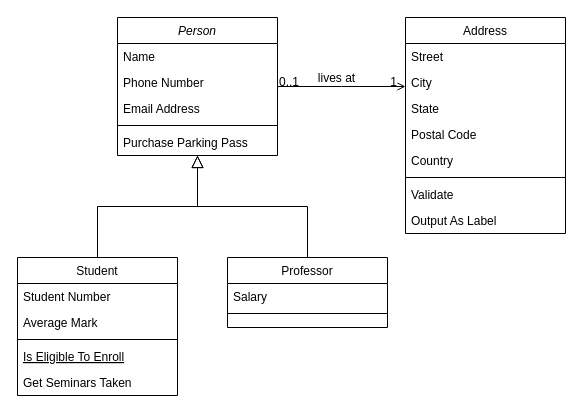
Before: Диаграмма без названия.drawio in ovenmen/diargams, a draw.io diagram. Source tidied: cells renumbered, new cells numbered last; positions are measured from the earlier drawing's top-left corner, leaving out a move shared by most shapes. Both pictures are drawn from the tidied source at 100%, with x=0, y=0 at pixel (17, 17).
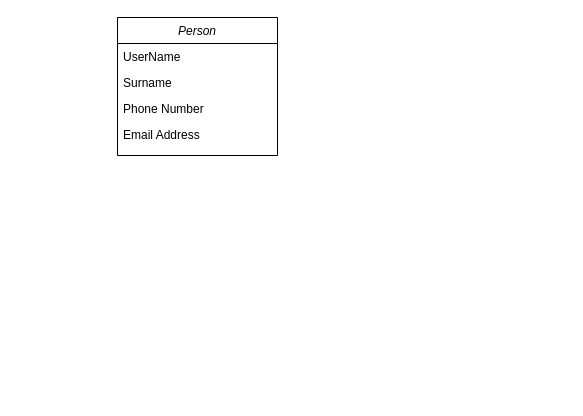
After the change.

Unchanged cells that the change refers to:
```xml
<mxCell id="2" value="Person" style="swimlane;fontStyle=2;align=center;verticalAlign=top;horizontal=1;startSize=26;rounded=0;shadow=0;strokeWidth=1;" parent="1" vertex="1">
  <mxGeometry x="100" width="160" height="138" as="geometry" />
</mxCell>
```

The edit, as a diff of the source:
```diff
@@
-    <mxCell id="3" value="Name" style="text;align=left;verticalAlign=top;spacingLeft=4;spacingRight=4;overflow=hidden;" parent="2" vertex="1">
+    <mxCell id="3" value="UserName" style="text;align=left;verticalAlign=top;spacingLeft=4;spacingRight=4;overflow=hidden;" parent="2" vertex="1">
       <mxGeometry y="26" width="160" height="26" as="geometry" />
     </mxCell>
+    <mxCell id="7" value="Surname" style="text;align=left;verticalAlign=top;spacingLeft=4;spacingRight=4;overflow=hidden;" parent="2" vertex="1">
+      <mxGeometry y="52" width="160" height="26" as="geometry" />
+    </mxCell>
     <mxCell id="4" value="Phone Number" style="text;align=left;verticalAlign=top;spacingLeft=4;spacingRight=4;overflow=hidden;rounded=0;shadow=0;html=0;" parent="2" vertex="1">
-      <mxGeometry y="52" width="160" height="26" as="geometry" />
+      <mxGeometry y="78" width="160" height="26" as="geometry" />
     </mxCell>
     <mxCell id="5" value="Email Address" style="text;align=left;verticalAlign=top;spacingLeft=4;spacingRight=4;overflow=hidden;rounded=0;shadow=0;html=0;" parent="2" vertex="1">
-      <mxGeometry y="78" width="160" height="26" as="geometry" />
+      <mxGeometry y="104" width="160" height="26" as="geometry" />
     </mxCell>
-    <mxCell id="6" style="line;html=1;strokeWidth=1;align=left;verticalAlign=middle;spacingTop=-1;spacingLeft=3;spacingRight=3;labelPosition=right;" parent="2" vertex="1">
-      <mxGeometry y="104" width="160" height="8" as="geometry" />
-    </mxCell>
-    <mxCell id="7" value="Purchase Parking Pass" style="text;align=left;verticalAlign=top;spacingLeft=4;spacingRight=4;overflow=hidden;" parent="2" vertex="1">
-      <mxGeometry y="112" width="160" height="26" as="geometry" />
-    </mxCell>
-    <mxCell id="8" value="Student" style="swimlane;fontStyle=0;align=center;verticalAlign=top;horizontal=1;startSize=26;rounded=0;shadow=0;strokeWidth=1;" parent="1" vertex="1">
-      <mxGeometry y="240" width="160" height="138" as="geometry" />
-    </mxCell>
-    <mxCell id="9" value="Student Number" style="text;align=left;verticalAlign=top;spacingLeft=4;spacingRight=4;overflow=hidden;" parent="8" vertex="1">
-      <mxGeometry y="26" width="160" height="26" as="geometry" />
-    </mxCell>
-    <mxCell id="10" value="Average Mark" style="text;align=left;verticalAlign=top;spacingLeft=4;spacingRight=4;overflow=hidden;rounded=0;shadow=0;html=0;" parent="8" vertex="1">
-      <mxGeometry y="52" width="160" height="26" as="geometry" />
-    </mxCell>
-    <mxCell id="11" style="line;html=1;strokeWidth=1;align=left;verticalAlign=middle;spacingTop=-1;spacingLeft=3;spacingRight=3;labelPosition=right;" parent="8" vertex="1">
-      <mxGeometry y="78" width="160" height="8" as="geometry" />
-    </mxCell>
-    <mxCell id="12" value="Is Eligible To Enroll" style="text;align=left;verticalAlign=top;spacingLeft=4;spacingRight=4;overflow=hidden;fontStyle=4;" parent="8" vertex="1">
-      <mxGeometry y="86" width="160" height="26" as="geometry" />
-    </mxCell>
-    <mxCell id="13" value="Get Seminars Taken" style="text;align=left;verticalAlign=top;spacingLeft=4;spacingRight=4;overflow=hidden;" parent="8" vertex="1">
-      <mxGeometry y="112" width="160" height="26" as="geometry" />
-    </mxCell>
-    <mxCell id="14" style="endArrow=block;endSize=10;endFill=0;shadow=0;strokeWidth=1;rounded=0;edgeStyle=elbowEdgeStyle;elbow=vertical;" parent="1" edge="1" source="8" target="2">
-      <mxGeometry relative="1" as="geometry" />
-    </mxCell>
-    <mxCell id="15" value="Professor" style="swimlane;fontStyle=0;align=center;verticalAlign=top;horizontal=1;startSize=26;rounded=0;shadow=0;strokeWidth=1;" parent="1" vertex="1">
-      <mxGeometry x="210" y="240" width="160" height="70" as="geometry" />
-    </mxCell>
-    <mxCell id="16" value="Salary" style="text;align=left;verticalAlign=top;spacingLeft=4;spacingRight=4;overflow=hidden;" parent="15" vertex="1">
-      <mxGeometry y="26" width="160" height="26" as="geometry" />
-    </mxCell>
-    <mxCell id="17" style="line;html=1;strokeWidth=1;align=left;verticalAlign=middle;spacingTop=-1;spacingLeft=3;spacingRight=3;labelPosition=right;" parent="15" vertex="1">
-      <mxGeometry y="52" width="160" height="8" as="geometry" />
-    </mxCell>
-    <mxCell id="18" style="endArrow=block;endSize=10;endFill=0;shadow=0;strokeWidth=1;rounded=0;edgeStyle=elbowEdgeStyle;elbow=vertical;" parent="1" edge="1" source="15" target="2">
-      <mxGeometry relative="1" as="geometry" />
-    </mxCell>
-    <mxCell id="19" value="Address" style="swimlane;fontStyle=0;align=center;verticalAlign=top;horizontal=1;startSize=26;rounded=0;shadow=0;strokeWidth=1;" parent="1" vertex="1">
-      <mxGeometry x="388" width="160" height="216" as="geometry" />
-    </mxCell>
-    <mxCell id="20" value="Street" style="text;align=left;verticalAlign=top;spacingLeft=4;spacingRight=4;overflow=hidden;" parent="19" vertex="1">
-      <mxGeometry y="26" width="160" height="26" as="geometry" />
-    </mxCell>
-    <mxCell id="21" value="City" style="text;align=left;verticalAlign=top;spacingLeft=4;spacingRight=4;overflow=hidden;rounded=0;shadow=0;html=0;" parent="19" vertex="1">
-      <mxGeometry y="52" width="160" height="26" as="geometry" />
-    </mxCell>
-    <mxCell id="22" value="State" style="text;align=left;verticalAlign=top;spacingLeft=4;spacingRight=4;overflow=hidden;rounded=0;shadow=0;html=0;" parent="19" vertex="1">
-      <mxGeometry y="78" width="160" height="26" as="geometry" />
-    </mxCell>
-    <mxCell id="23" value="Postal Code" style="text;align=left;verticalAlign=top;spacingLeft=4;spacingRight=4;overflow=hidden;rounded=0;shadow=0;html=0;" parent="19" vertex="1">
-      <mxGeometry y="104" width="160" height="26" as="geometry" />
-    </mxCell>
-    <mxCell id="24" value="Country" style="text;align=left;verticalAlign=top;spacingLeft=4;spacingRight=4;overflow=hidden;rounded=0;shadow=0;html=0;" parent="19" vertex="1">
-      <mxGeometry y="130" width="160" height="26" as="geometry" />
-    </mxCell>
-    <mxCell id="25" style="line;html=1;strokeWidth=1;align=left;verticalAlign=middle;spacingTop=-1;spacingLeft=3;spacingRight=3;labelPosition=right;" parent="19" vertex="1">
-      <mxGeometry y="156" width="160" height="8" as="geometry" />
-    </mxCell>
-    <mxCell id="26" value="Validate" style="text;align=left;verticalAlign=top;spacingLeft=4;spacingRight=4;overflow=hidden;" parent="19" vertex="1">
-      <mxGeometry y="164" width="160" height="26" as="geometry" />
-    </mxCell>
-    <mxCell id="27" value="Output As Label" style="text;align=left;verticalAlign=top;spacingLeft=4;spacingRight=4;overflow=hidden;" parent="19" vertex="1">
-      <mxGeometry y="190" width="160" height="26" as="geometry" />
-    </mxCell>
-    <mxCell id="28" style="endArrow=open;shadow=0;strokeWidth=1;rounded=0;endFill=1;edgeStyle=elbowEdgeStyle;elbow=vertical;" parent="1" edge="1" source="2" target="19">
-      <mxGeometry x="0.5" y="41" relative="1" as="geometry">
-        <mxPoint x="-40" y="32" as="offset" />
-      </mxGeometry>
-    </mxCell>
-    <mxCell id="29" value="0..1" style="align=left;verticalAlign=bottom;labelBackgroundColor=none;fontSize=12;" parent="28" vertex="1">
-      <mxGeometry x="-1" relative="1" as="geometry">
-        <mxPoint y="4" as="offset" />
-      </mxGeometry>
-    </mxCell>
-    <mxCell id="30" value="1" style="align=right;verticalAlign=bottom;labelBackgroundColor=none;fontSize=12;" parent="28" vertex="1">
-      <mxGeometry x="1" relative="1" as="geometry">
-        <mxPoint x="-7" y="4" as="offset" />
-      </mxGeometry>
-    </mxCell>
-    <mxCell id="31" value="lives at" style="text;html=1;align=center;verticalAlign=middle;labelBackgroundColor=none;rounded=0;shadow=0;strokeWidth=1;fontSize=12;" parent="28" vertex="1">
-      <mxGeometry x="0.5" y="49" relative="1" as="geometry">
-        <mxPoint x="-38" y="40" as="offset" />
-      </mxGeometry>
-    </mxCell>
```
